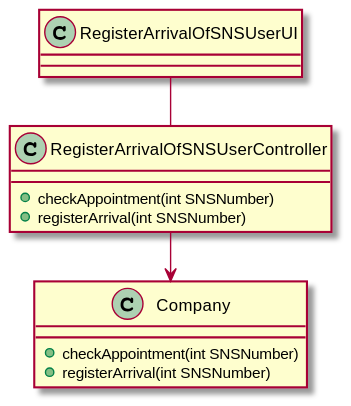
The PlantUML diagram docs/SprintC/US004/US004_CD.svg in Pirussa/lei-22-s2-1da-g02, before a commit.
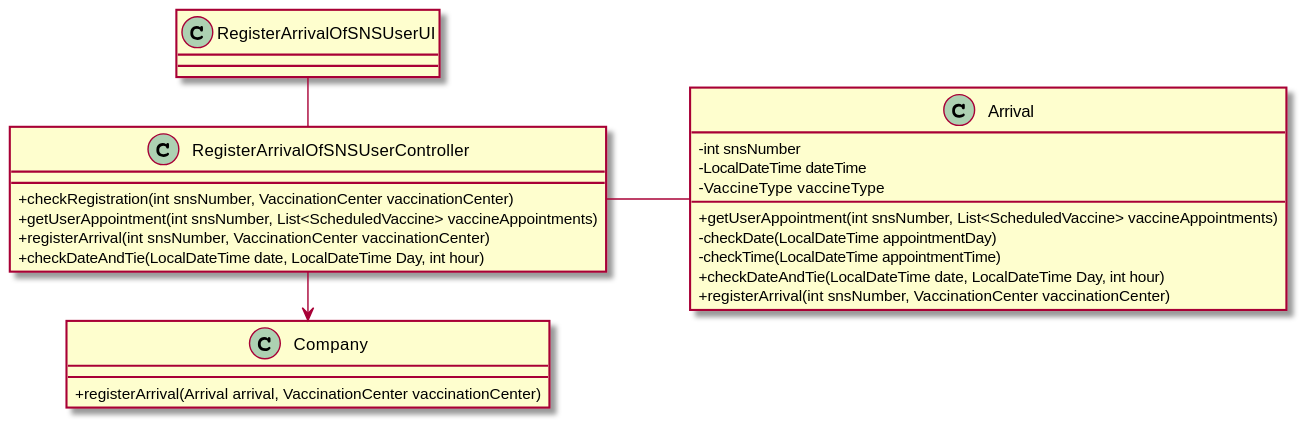
Later version of the same file.

Commit message:
US004 - Design - Modifications of the CD and SD, regarding the implemation that has been done until now. Implemantion - Some changes regarding the validation of the day and hour of the arrival.

Change to the diagram source:
```diff
@@ -1,22 +1,37 @@
 @startuml
 
+skinparam classAttributeIconSize 0
+
 class Company {
-+checkAppointment(int SNSNumber)
-+registerArrival(int SNSNumber)
++registerArrival(Arrival arrival, VaccinationCenter vaccinationCenter)
 }
 
 
 class RegisterArrivalOfSNSUserUI
 
 class RegisterArrivalOfSNSUserController{
-+checkAppointment(int SNSNumber)
-+registerArrival(int SNSNumber)
++checkRegistration(int snsNumber, VaccinationCenter vaccinationCenter)
++getUserAppointment(int snsNumber, List<ScheduledVaccine> vaccineAppointments)
++registerArrival(int snsNumber, VaccinationCenter vaccinationCenter)
++checkDateAndTie(LocalDateTime date, LocalDateTime Day, int hour)
+}
+
+class Arrival {
+-int snsNumber
+-LocalDateTime dateTime
+-VaccineType vaccineType
++getUserAppointment(int snsNumber, List<ScheduledVaccine> vaccineAppointments)
+-checkDate(LocalDateTime appointmentDay)
+-checkTime(LocalDateTime appointmentTime)
++checkDateAndTie(LocalDateTime date, LocalDateTime Day, int hour)
++registerArrival(int snsNumber, VaccinationCenter vaccinationCenter)
 }
 
 
 left to right direction
 
 RegisterArrivalOfSNSUserController -> Company
+RegisterArrivalOfSNSUserController -- Arrival
 RegisterArrivalOfSNSUserUI - RegisterArrivalOfSNSUserController
 
 @enduml
```
